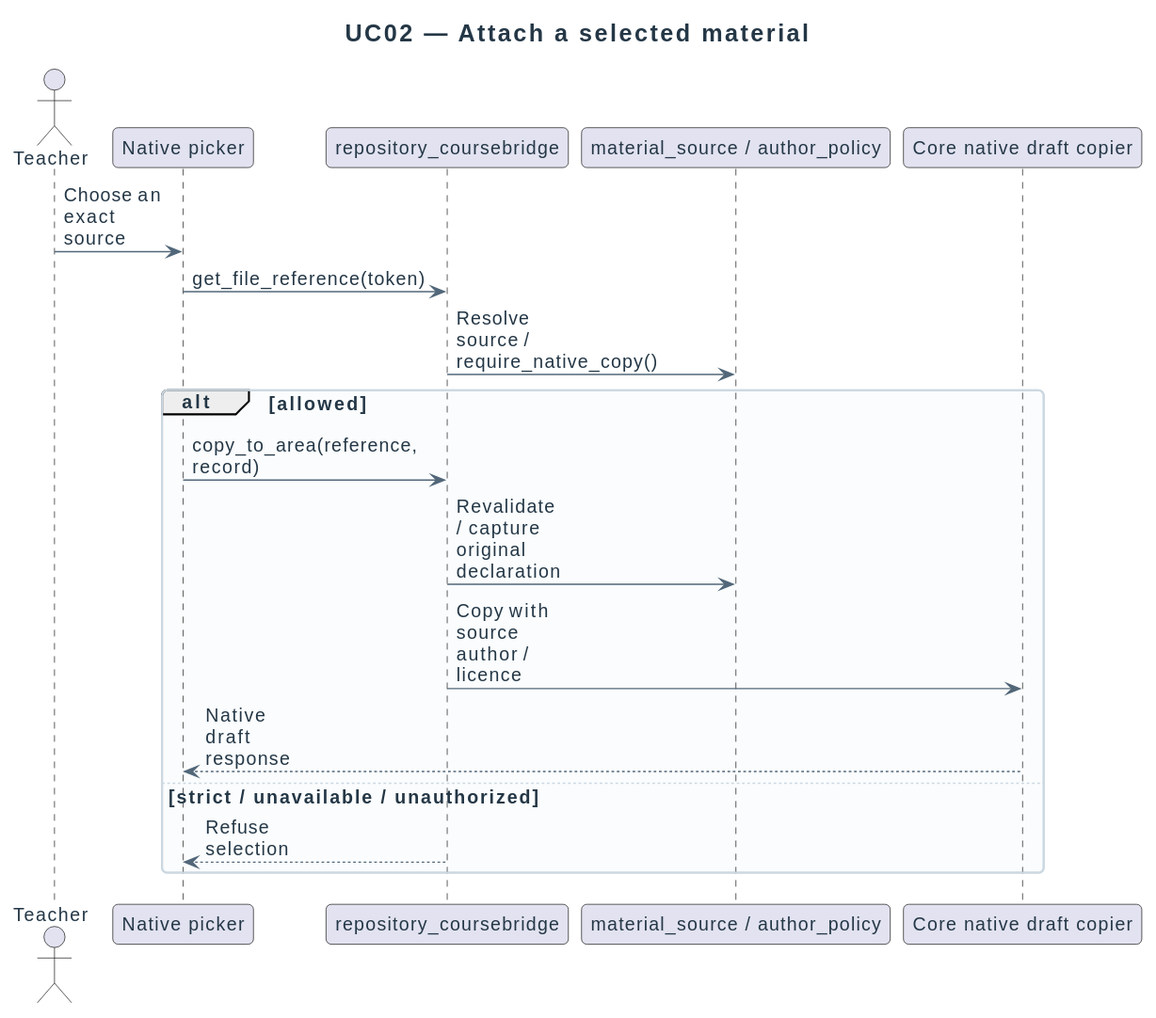
Before: docs/diagrams/sequences/uc02-attach-material.svg, a diagram exported from PlantUML (didactika/moodle-repository_coursefiles). Source of this version:
```plantuml
@startuml
!include ../_style.puml
title UC02 — Attach a selected material
actor Teacher
participant "Native picker" as Picker
participant repository_coursebridge as Repository
participant "material_source / author_policy" as Policy
participant "Core native draft copier" as Draft
Teacher -> Picker : Choose an exact source
Picker -> Repository : get_file_reference(token)
Repository -> Policy : Resolve source / require_native_copy()
alt allowed
  Picker -> Repository : copy_to_area(reference, record)
  Repository -> Policy : Revalidate / capture original declaration
  Repository -> Draft : Copy with source author / licence
  Draft --> Picker : Native draft response
else strict / unavailable / unauthorized
  Repository --> Picker : Refuse selection
end
@enduml
```
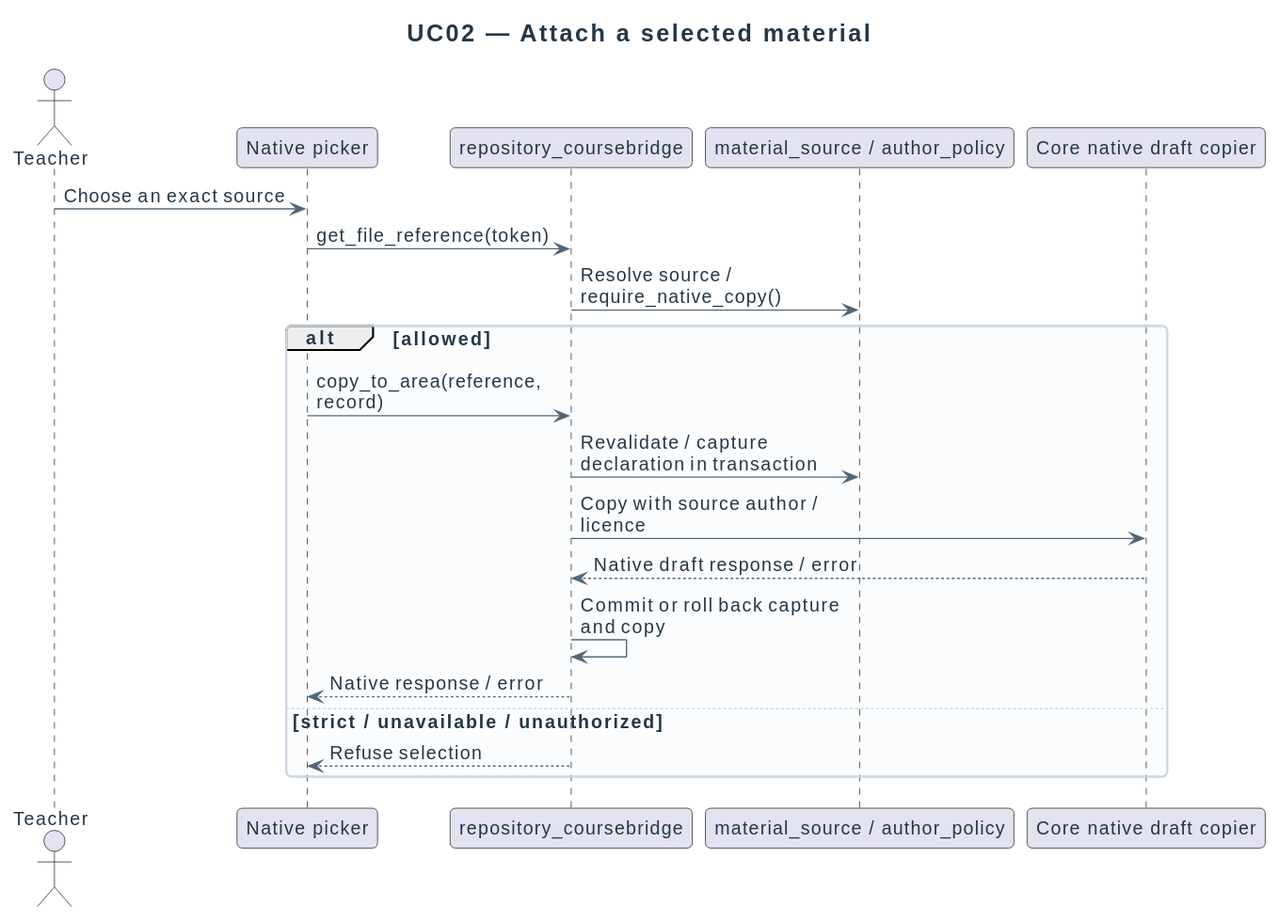
After the commit.

Commit message:
fix: preserve native draft provenance and roll back failed copies

Diff of the diagram source:
```diff
@@ -1,5 +1,6 @@
 @startuml
 !include ../_style.puml
+skinparam maxMessageSize 200
 title UC02 — Attach a selected material
 actor Teacher
 participant "Native picker" as Picker
@@ -11,9 +12,11 @@
 Repository -> Policy : Resolve source / require_native_copy()
 alt allowed
   Picker -> Repository : copy_to_area(reference, record)
-  Repository -> Policy : Revalidate / capture original declaration
+  Repository -> Policy : Revalidate / capture declaration in transaction
   Repository -> Draft : Copy with source author / licence
-  Draft --> Picker : Native draft response
+  Draft --> Repository : Native draft response / error
+  Repository -> Repository : Commit or roll back capture and copy
+  Repository --> Picker : Native response / error
 else strict / unavailable / unauthorized
   Repository --> Picker : Refuse selection
 end
```
